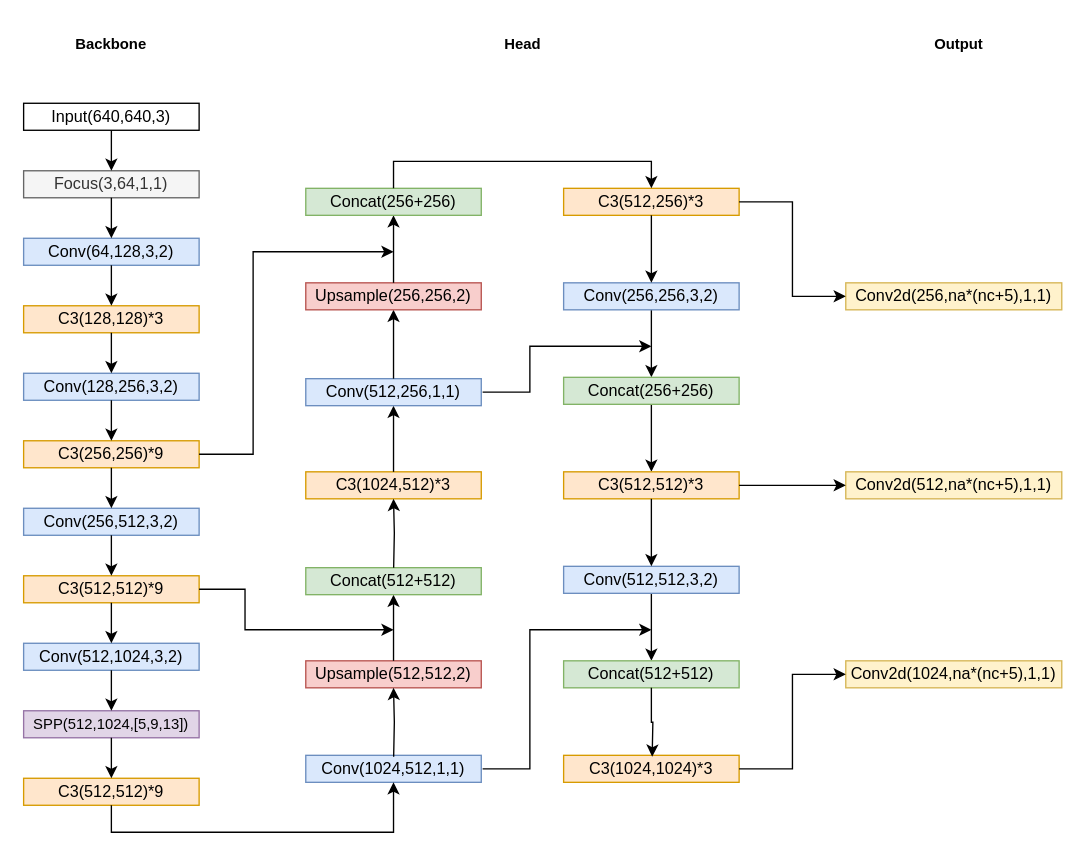
The draw.io diagram data/vec_files/YOLOv5.drawio in duoduodanmohen/opencv, before the edit. Source tidied: cells renumbered, new cells numbered last; positions are measured from the earlier drawing's top-left corner, leaving out a move shared by most shapes. Both pictures are drawn from the tidied source at 135%, with x=0, y=0 at pixel (23, 23).
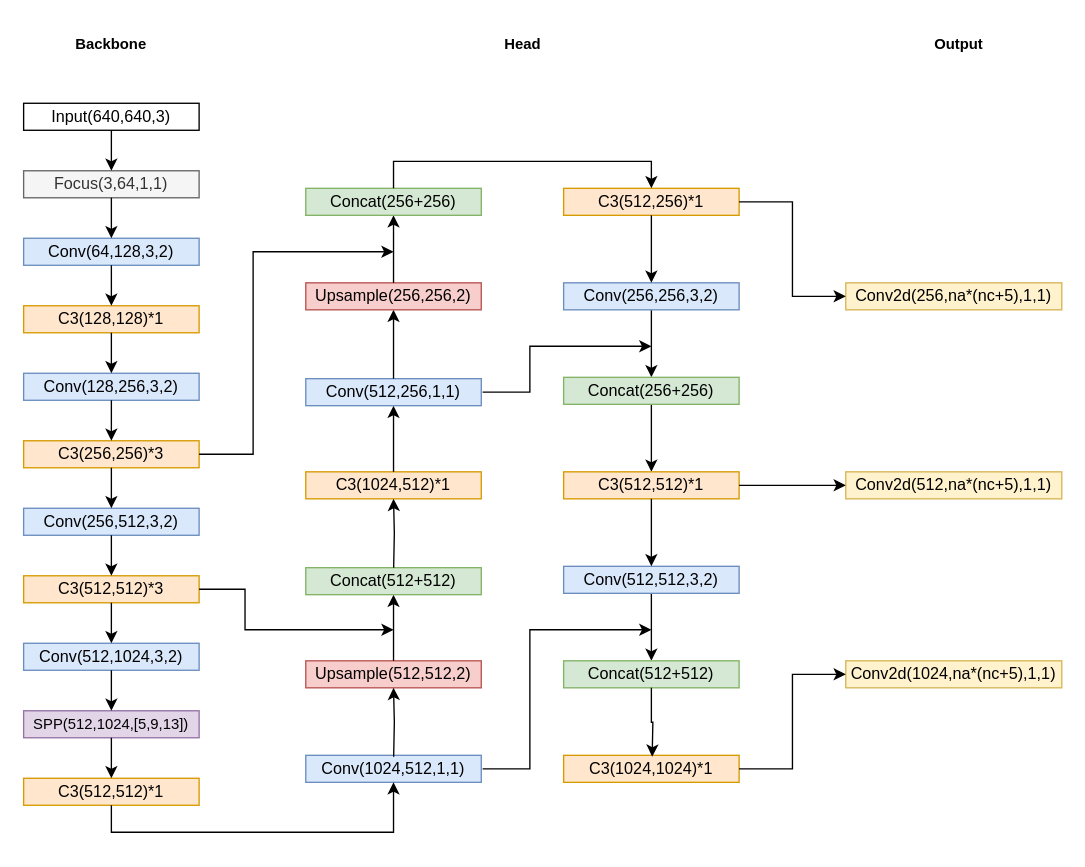
The same page after the edit.

The change refers to these unchanged cells:
```xml
<mxCell id="3" style="group;" parent="2" vertex="1">
  <mxGeometry y="59" width="130" height="520" as="geometry" />
</mxCell>
<mxCell id="25" style="group;" parent="2" vertex="1">
  <mxGeometry x="209" y="122" width="130" height="440" as="geometry" />
</mxCell>
<mxCell id="37" style="group;" parent="2" vertex="1">
  <mxGeometry x="400" y="122" width="130" height="440" as="geometry" />
</mxCell>
```

The edit, as a diff of the source:
```diff
@@
-    <mxCell id="9" value="C3(128,128)*3" style="rounded=0;whiteSpace=wrap;html=1;fillColor=#ffe6cc;strokeColor=#d79b00;" parent="3" vertex="1">
+    <mxCell id="9" value="C3(128,128)*1" style="rounded=0;whiteSpace=wrap;html=1;fillColor=#ffe6cc;strokeColor=#d79b00;" parent="3" vertex="1">
       <mxGeometry y="150" width="130" height="20" as="geometry" />
     </mxCell>
@@
-    <mxCell id="13" value="C3(256,256)*9" style="rounded=0;whiteSpace=wrap;html=1;fillColor=#ffe6cc;strokeColor=#d79b00;" parent="3" vertex="1">
+    <mxCell id="13" value="C3(256,256)*3" style="rounded=0;whiteSpace=wrap;html=1;fillColor=#ffe6cc;strokeColor=#d79b00;" parent="3" vertex="1">
       <mxGeometry y="250" width="130" height="20" as="geometry" />
     </mxCell>
@@
-    <mxCell id="17" value="C3(512,512)*9" style="rounded=0;whiteSpace=wrap;html=1;fillColor=#ffe6cc;strokeColor=#d79b00;" parent="3" vertex="1">
+    <mxCell id="17" value="C3(512,512)*3" style="rounded=0;whiteSpace=wrap;html=1;fillColor=#ffe6cc;strokeColor=#d79b00;" parent="3" vertex="1">
       <mxGeometry y="350" width="130" height="20" as="geometry" />
     </mxCell>
@@
-    <mxCell id="23" value="C3(512,512)*9" style="rounded=0;whiteSpace=wrap;html=1;fillColor=#ffe6cc;strokeColor=#d79b00;" parent="3" vertex="1">
+    <mxCell id="23" value="C3(512,512)*1" style="rounded=0;whiteSpace=wrap;html=1;fillColor=#ffe6cc;strokeColor=#d79b00;" parent="3" vertex="1">
       <mxGeometry y="500" width="130" height="20" as="geometry" />
     </mxCell>
@@
-    <mxCell id="30" value="C3(1024,512)*3" style="rounded=0;whiteSpace=wrap;html=1;fillColor=#ffe6cc;strokeColor=#d79b00;" parent="25" vertex="1">
+    <mxCell id="30" value="C3(1024,512)*1" style="rounded=0;whiteSpace=wrap;html=1;fillColor=#ffe6cc;strokeColor=#d79b00;" parent="25" vertex="1">
       <mxGeometry y="210" width="130" height="20" as="geometry" />
     </mxCell>
@@
-    <mxCell id="38" value="C3(512,256)*3" style="rounded=0;whiteSpace=wrap;html=1;fillColor=#ffe6cc;strokeColor=#d79b00;" parent="37" vertex="1">
+    <mxCell id="38" value="C3(512,256)*1" style="rounded=0;whiteSpace=wrap;html=1;fillColor=#ffe6cc;strokeColor=#d79b00;" parent="37" vertex="1">
       <mxGeometry width="130" height="20" as="geometry" />
     </mxCell>
@@
-    <mxCell id="44" value="C3(512,512)*3" style="rounded=0;whiteSpace=wrap;html=1;fillColor=#ffe6cc;strokeColor=#d79b00;" parent="37" vertex="1">
+    <mxCell id="44" value="C3(512,512)*1" style="rounded=0;whiteSpace=wrap;html=1;fillColor=#ffe6cc;strokeColor=#d79b00;" parent="37" vertex="1">
       <mxGeometry y="210" width="130" height="20" as="geometry" />
     </mxCell>
@@
-    <mxCell id="49" value="C3(1024,1024)*3" style="rounded=0;whiteSpace=wrap;html=1;fillColor=#ffe6cc;strokeColor=#d79b00;" parent="37" vertex="1">
+    <mxCell id="49" value="C3(1024,1024)*1" style="rounded=0;whiteSpace=wrap;html=1;fillColor=#ffe6cc;strokeColor=#d79b00;" parent="37" vertex="1">
       <mxGeometry y="420" width="130" height="20" as="geometry" />
     </mxCell>
```
